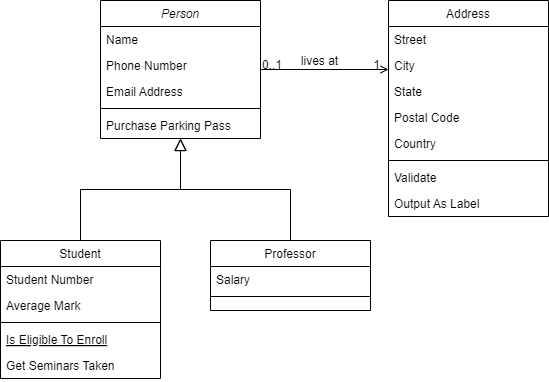
Above: School Class Diagram.drawio.png in marzkyy/prjb2y2024 (draw.io), before the change. Source tidied: cells renumbered, new cells last; positions are measured from the earlier drawing's top-left corner, leaving out a move shared by most shapes. Its diagram source:
```xml
<mxGraphModel>
  <root>
    <mxCell id="0" />
    <mxCell id="1" parent="0" />
    <mxCell id="2" value="Person" style="swimlane;fontStyle=2;align=center;verticalAlign=top;horizontal=1;startSize=26;rounded=0;shadow=0;strokeWidth=1;" parent="1" vertex="1">
      <mxGeometry x="100" width="160" height="138" as="geometry" />
    </mxCell>
    <mxCell id="3" value="Name" style="text;align=left;verticalAlign=top;spacingLeft=4;spacingRight=4;overflow=hidden;" parent="2" vertex="1">
      <mxGeometry y="26" width="160" height="26" as="geometry" />
    </mxCell>
    <mxCell id="4" value="Phone Number" style="text;align=left;verticalAlign=top;spacingLeft=4;spacingRight=4;overflow=hidden;rounded=0;shadow=0;html=0;" parent="2" vertex="1">
      <mxGeometry y="52" width="160" height="26" as="geometry" />
    </mxCell>
    <mxCell id="5" value="Email Address" style="text;align=left;verticalAlign=top;spacingLeft=4;spacingRight=4;overflow=hidden;rounded=0;shadow=0;html=0;" parent="2" vertex="1">
      <mxGeometry y="78" width="160" height="26" as="geometry" />
    </mxCell>
    <mxCell id="6" style="line;html=1;strokeWidth=1;align=left;verticalAlign=middle;spacingTop=-1;spacingLeft=3;spacingRight=3;labelPosition=right;" parent="2" vertex="1">
      <mxGeometry y="104" width="160" height="8" as="geometry" />
    </mxCell>
    <mxCell id="7" value="Purchase Parking Pass" style="text;align=left;verticalAlign=top;spacingLeft=4;spacingRight=4;overflow=hidden;" parent="2" vertex="1">
      <mxGeometry y="112" width="160" height="26" as="geometry" />
    </mxCell>
    <mxCell id="8" value="Student" style="swimlane;fontStyle=0;align=center;verticalAlign=top;horizontal=1;startSize=26;rounded=0;shadow=0;strokeWidth=1;" parent="1" vertex="1">
      <mxGeometry y="240" width="160" height="138" as="geometry" />
    </mxCell>
    <mxCell id="9" value="Student Number" style="text;align=left;verticalAlign=top;spacingLeft=4;spacingRight=4;overflow=hidden;" parent="8" vertex="1">
      <mxGeometry y="26" width="160" height="26" as="geometry" />
    </mxCell>
    <mxCell id="10" value="Average Mark" style="text;align=left;verticalAlign=top;spacingLeft=4;spacingRight=4;overflow=hidden;rounded=0;shadow=0;html=0;" parent="8" vertex="1">
      <mxGeometry y="52" width="160" height="26" as="geometry" />
    </mxCell>
    <mxCell id="11" style="line;html=1;strokeWidth=1;align=left;verticalAlign=middle;spacingTop=-1;spacingLeft=3;spacingRight=3;labelPosition=right;" parent="8" vertex="1">
      <mxGeometry y="78" width="160" height="8" as="geometry" />
    </mxCell>
    <mxCell id="12" value="Is Eligible To Enroll" style="text;align=left;verticalAlign=top;spacingLeft=4;spacingRight=4;overflow=hidden;fontStyle=4;" parent="8" vertex="1">
      <mxGeometry y="86" width="160" height="26" as="geometry" />
    </mxCell>
    <mxCell id="13" value="Get Seminars Taken" style="text;align=left;verticalAlign=top;spacingLeft=4;spacingRight=4;overflow=hidden;" parent="8" vertex="1">
      <mxGeometry y="112" width="160" height="26" as="geometry" />
    </mxCell>
    <mxCell id="14" style="endArrow=block;endSize=10;endFill=0;shadow=0;strokeWidth=1;rounded=0;curved=0;edgeStyle=elbowEdgeStyle;elbow=vertical;" parent="1" edge="1" source="8" target="2">
      <mxGeometry relative="1" as="geometry" />
    </mxCell>
    <mxCell id="15" value="Professor" style="swimlane;fontStyle=0;align=center;verticalAlign=top;horizontal=1;startSize=26;rounded=0;shadow=0;strokeWidth=1;" parent="1" vertex="1">
      <mxGeometry x="210" y="240" width="160" height="70" as="geometry" />
    </mxCell>
    <mxCell id="16" value="Salary" style="text;align=left;verticalAlign=top;spacingLeft=4;spacingRight=4;overflow=hidden;" parent="15" vertex="1">
      <mxGeometry y="26" width="160" height="26" as="geometry" />
    </mxCell>
    <mxCell id="17" style="line;html=1;strokeWidth=1;align=left;verticalAlign=middle;spacingTop=-1;spacingLeft=3;spacingRight=3;labelPosition=right;" parent="15" vertex="1">
      <mxGeometry y="52" width="160" height="8" as="geometry" />
    </mxCell>
    <mxCell id="18" style="endArrow=block;endSize=10;endFill=0;shadow=0;strokeWidth=1;rounded=0;curved=0;edgeStyle=elbowEdgeStyle;elbow=vertical;" parent="1" edge="1" source="15" target="2">
      <mxGeometry relative="1" as="geometry" />
    </mxCell>
    <mxCell id="19" value="Address" style="swimlane;fontStyle=0;align=center;verticalAlign=top;horizontal=1;startSize=26;rounded=0;shadow=0;strokeWidth=1;" parent="1" vertex="1">
      <mxGeometry x="388" width="160" height="216" as="geometry" />
    </mxCell>
    <mxCell id="20" value="Street" style="text;align=left;verticalAlign=top;spacingLeft=4;spacingRight=4;overflow=hidden;" parent="19" vertex="1">
      <mxGeometry y="26" width="160" height="26" as="geometry" />
    </mxCell>
    <mxCell id="21" value="City" style="text;align=left;verticalAlign=top;spacingLeft=4;spacingRight=4;overflow=hidden;rounded=0;shadow=0;html=0;" parent="19" vertex="1">
      <mxGeometry y="52" width="160" height="26" as="geometry" />
    </mxCell>
    <mxCell id="22" value="State" style="text;align=left;verticalAlign=top;spacingLeft=4;spacingRight=4;overflow=hidden;rounded=0;shadow=0;html=0;" parent="19" vertex="1">
      <mxGeometry y="78" width="160" height="26" as="geometry" />
    </mxCell>
    <mxCell id="23" value="Postal Code" style="text;align=left;verticalAlign=top;spacingLeft=4;spacingRight=4;overflow=hidden;rounded=0;shadow=0;html=0;" parent="19" vertex="1">
      <mxGeometry y="104" width="160" height="26" as="geometry" />
    </mxCell>
    <mxCell id="24" value="Country" style="text;align=left;verticalAlign=top;spacingLeft=4;spacingRight=4;overflow=hidden;rounded=0;shadow=0;html=0;" parent="19" vertex="1">
      <mxGeometry y="130" width="160" height="26" as="geometry" />
    </mxCell>
    <mxCell id="25" style="line;html=1;strokeWidth=1;align=left;verticalAlign=middle;spacingTop=-1;spacingLeft=3;spacingRight=3;labelPosition=right;" parent="19" vertex="1">
      <mxGeometry y="156" width="160" height="8" as="geometry" />
    </mxCell>
    <mxCell id="26" value="Validate" style="text;align=left;verticalAlign=top;spacingLeft=4;spacingRight=4;overflow=hidden;" parent="19" vertex="1">
      <mxGeometry y="164" width="160" height="26" as="geometry" />
    </mxCell>
    <mxCell id="27" value="Output As Label" style="text;align=left;verticalAlign=top;spacingLeft=4;spacingRight=4;overflow=hidden;" parent="19" vertex="1">
      <mxGeometry y="190" width="160" height="26" as="geometry" />
    </mxCell>
    <mxCell id="28" style="endArrow=open;shadow=0;strokeWidth=1;rounded=0;curved=0;endFill=1;edgeStyle=elbowEdgeStyle;elbow=vertical;" parent="1" edge="1" source="2" target="19">
      <mxGeometry x="0.5" y="41" relative="1" as="geometry">
        <mxPoint x="-40" y="32" as="offset" />
      </mxGeometry>
    </mxCell>
    <mxCell id="29" value="0..1" style="align=left;verticalAlign=bottom;labelBackgroundColor=none;fontSize=12;" parent="28" vertex="1">
      <mxGeometry x="-1" relative="1" as="geometry">
        <mxPoint y="4" as="offset" />
      </mxGeometry>
    </mxCell>
    <mxCell id="30" value="1" style="align=right;verticalAlign=bottom;labelBackgroundColor=none;fontSize=12;" parent="28" vertex="1">
      <mxGeometry x="1" relative="1" as="geometry">
        <mxPoint x="-7" y="4" as="offset" />
      </mxGeometry>
    </mxCell>
    <mxCell id="31" value="lives at" style="text;html=1;align=center;verticalAlign=middle;labelBackgroundColor=none;rounded=0;shadow=0;strokeWidth=1;fontSize=12;" parent="28" vertex="1">
      <mxGeometry x="0.5" y="49" relative="1" as="geometry">
        <mxPoint x="-38" y="40" as="offset" />
      </mxGeometry>
    </mxCell>
  </root>
</mxGraphModel>
```
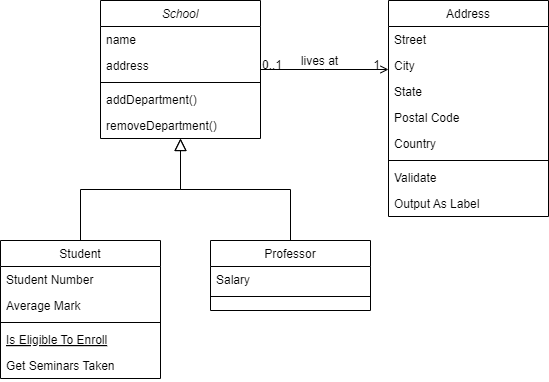
After the change.

Change to the diagram source:
```diff
@@ -2,24 +2,24 @@
   <root>
     <mxCell id="0" />
     <mxCell id="1" parent="0" />
-    <mxCell id="2" value="Person" style="swimlane;fontStyle=2;align=center;verticalAlign=top;horizontal=1;startSize=26;rounded=0;shadow=0;strokeWidth=1;" parent="1" vertex="1">
+    <mxCell id="2" value="School" style="swimlane;fontStyle=2;align=center;verticalAlign=top;horizontal=1;startSize=26;rounded=0;shadow=0;strokeWidth=1;" parent="1" vertex="1">
       <mxGeometry x="100" width="160" height="138" as="geometry" />
     </mxCell>
-    <mxCell id="3" value="Name" style="text;align=left;verticalAlign=top;spacingLeft=4;spacingRight=4;overflow=hidden;" parent="2" vertex="1">
+    <mxCell id="3" value="name" style="text;align=left;verticalAlign=top;spacingLeft=4;spacingRight=4;overflow=hidden;" parent="2" vertex="1">
       <mxGeometry y="26" width="160" height="26" as="geometry" />
     </mxCell>
-    <mxCell id="4" value="Phone Number" style="text;align=left;verticalAlign=top;spacingLeft=4;spacingRight=4;overflow=hidden;rounded=0;shadow=0;html=0;" parent="2" vertex="1">
-      <mxGeometry y="52" width="160" height="26" as="geometry" />
-    </mxCell>
-    <mxCell id="5" value="Email Address" style="text;align=left;verticalAlign=top;spacingLeft=4;spacingRight=4;overflow=hidden;rounded=0;shadow=0;html=0;" parent="2" vertex="1">
-      <mxGeometry y="78" width="160" height="26" as="geometry" />
+    <mxCell id="5" value="address" style="text;align=left;verticalAlign=top;spacingLeft=4;spacingRight=4;overflow=hidden;rounded=0;shadow=0;html=0;" parent="2" vertex="1">
+      <mxGeometry y="52" width="160" height="26" as="geometry" />
     </mxCell>
     <mxCell id="6" style="line;html=1;strokeWidth=1;align=left;verticalAlign=middle;spacingTop=-1;spacingLeft=3;spacingRight=3;labelPosition=right;" parent="2" vertex="1">
-      <mxGeometry y="104" width="160" height="8" as="geometry" />
+      <mxGeometry y="78" width="160" height="8" as="geometry" />
     </mxCell>
-    <mxCell id="7" value="Purchase Parking Pass" style="text;align=left;verticalAlign=top;spacingLeft=4;spacingRight=4;overflow=hidden;" parent="2" vertex="1">
-      <mxGeometry y="112" width="160" height="26" as="geometry" />
+    <mxCell id="7" value="addDepartment()" style="text;align=left;verticalAlign=top;spacingLeft=4;spacingRight=4;overflow=hidden;" parent="2" vertex="1">
+      <mxGeometry y="86" width="160" height="26" as="geometry" />
     </mxCell>
+    <mxCell id="32" value="removeDepartment()" style="text;align=left;verticalAlign=top;spacingLeft=4;spacingRight=4;overflow=hidden;" parent="2" vertex="1">
+      <mxGeometry y="112" width="160" height="26" as="geometry" />
+    </mxCell>
     <mxCell id="8" value="Student" style="swimlane;fontStyle=0;align=center;verticalAlign=top;horizontal=1;startSize=26;rounded=0;shadow=0;strokeWidth=1;" parent="1" vertex="1">
       <mxGeometry y="240" width="160" height="138" as="geometry" />
     </mxCell>
```
